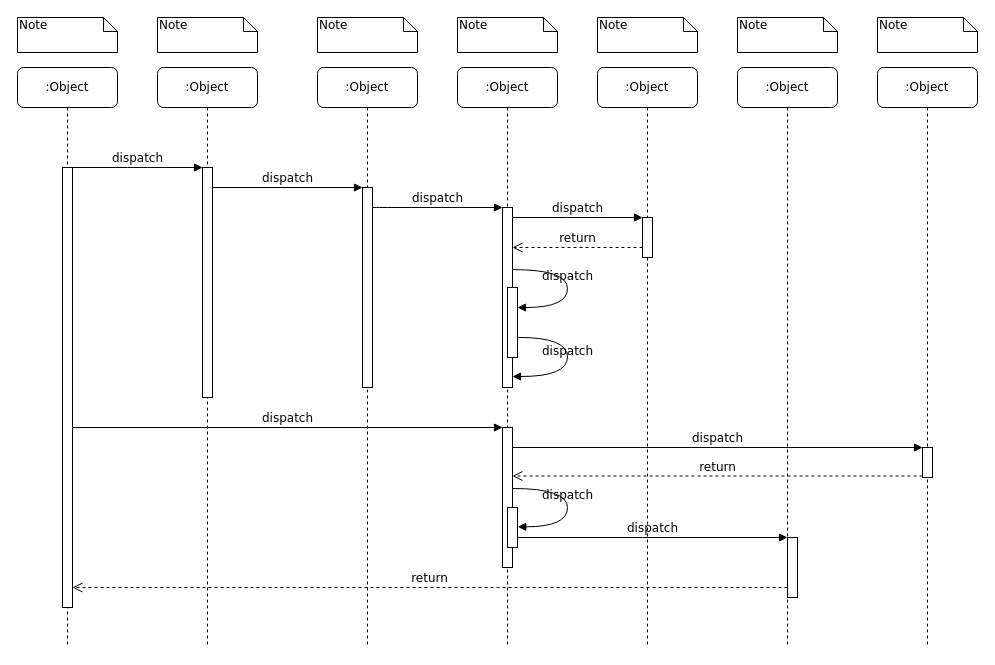
Earlier version of the draw.io diagram project-6/diagrams/sequence-diagram.drawio (jayden-chua/blockchain-p4). Source tidied: cells renumbered, new cells numbered last; positions are measured from the earlier drawing's top-left corner, leaving out a move shared by most shapes. Both pictures are drawn from the tidied source at 100%, with x=0, y=0 at pixel (17, 17).
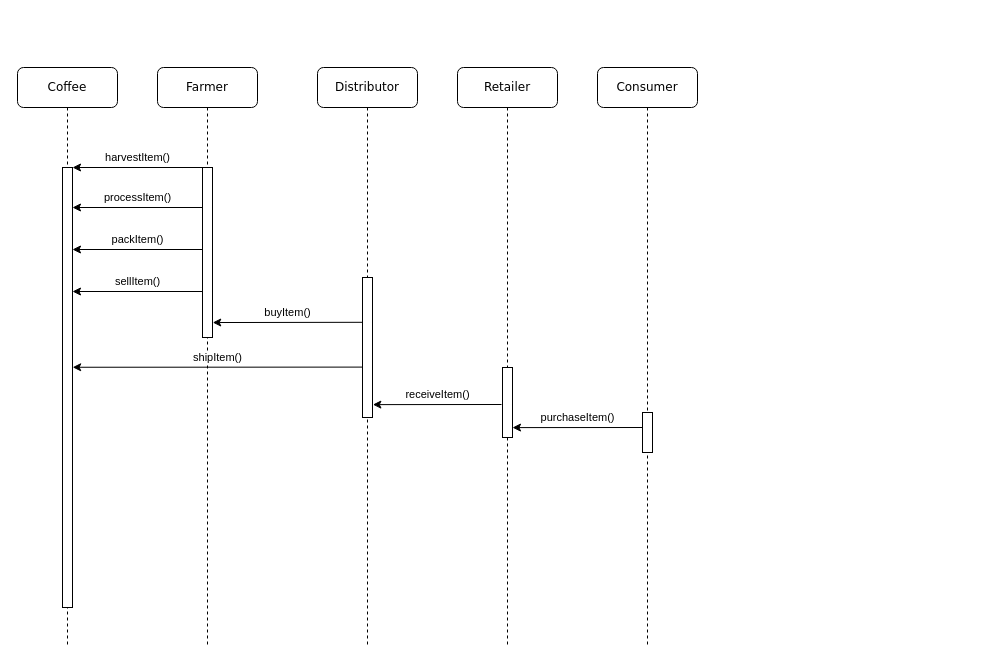
The same diagram, later.

The change refers to these unchanged cells:
```xml
<mxCell id="11" style="html=1;points=[];perimeter=orthogonalPerimeter;rounded=0;shadow=0;comic=0;labelBackgroundColor=none;strokeWidth=1;fontFamily=Verdana;fontSize=12;align=center;" parent="10" vertex="1">
  <mxGeometry x="45" y="100" width="10" height="440" as="geometry" />
</mxCell>
```

The edit, as a diff of the source:
```diff
@@
-    <mxCell id="2" value=":Object" style="shape=umlLifeline;perimeter=lifelinePerimeter;whiteSpace=wrap;html=1;rounded=1;shadow=0;comic=0;labelBackgroundColor=none;strokeWidth=1;fontFamily=Verdana;fontSize=12;align=center;" parent="1" vertex="1">
+    <mxCell id="2" value="Farmer" style="shape=umlLifeline;perimeter=lifelinePerimeter;whiteSpace=wrap;html=1;rounded=1;shadow=0;comic=0;labelBackgroundColor=none;strokeWidth=1;fontFamily=Verdana;fontSize=12;align=center;" parent="1" vertex="1">
       <mxGeometry x="140" y="50" width="100" height="580" as="geometry" />
     </mxCell>
     <mxCell id="3" style="html=1;points=[];perimeter=orthogonalPerimeter;rounded=0;shadow=0;comic=0;labelBackgroundColor=none;strokeWidth=1;fontFamily=Verdana;fontSize=12;align=center;" parent="2" vertex="1">
-      <mxGeometry x="45" y="100" width="10" height="230" as="geometry" />
+      <mxGeometry x="45" y="100" width="10" height="170" as="geometry" />
     </mxCell>
-    <mxCell id="4" value=":Object" style="shape=umlLifeline;perimeter=lifelinePerimeter;whiteSpace=wrap;html=1;rounded=1;shadow=0;comic=0;labelBackgroundColor=none;strokeWidth=1;fontFamily=Verdana;fontSize=12;align=center;" parent="1" vertex="1">
+    <mxCell id="4" value="Distributor" style="shape=umlLifeline;perimeter=lifelinePerimeter;whiteSpace=wrap;html=1;rounded=1;shadow=0;comic=0;labelBackgroundColor=none;strokeWidth=1;fontFamily=Verdana;fontSize=12;align=center;" parent="1" vertex="1">
       <mxGeometry x="300" y="50" width="100" height="580" as="geometry" />
     </mxCell>
     <mxCell id="5" style="html=1;points=[];perimeter=orthogonalPerimeter;rounded=0;shadow=0;comic=0;labelBackgroundColor=none;strokeWidth=1;fontFamily=Verdana;fontSize=12;align=center;" parent="4" vertex="1">
-      <mxGeometry x="45" y="120" width="10" height="200" as="geometry" />
+      <mxGeometry x="45" y="210" width="10" height="140" as="geometry" />
     </mxCell>
-    <mxCell id="6" value=":Object" style="shape=umlLifeline;perimeter=lifelinePerimeter;whiteSpace=wrap;html=1;rounded=1;shadow=0;comic=0;labelBackgroundColor=none;strokeWidth=1;fontFamily=Verdana;fontSize=12;align=center;" parent="1" vertex="1">
+    <mxCell id="6" value="Retailer" style="shape=umlLifeline;perimeter=lifelinePerimeter;whiteSpace=wrap;html=1;rounded=1;shadow=0;comic=0;labelBackgroundColor=none;strokeWidth=1;fontFamily=Verdana;fontSize=12;align=center;" parent="1" vertex="1">
       <mxGeometry x="440" y="50" width="100" height="580" as="geometry" />
     </mxCell>
-    <mxCell id="7" value=":Object" style="shape=umlLifeline;perimeter=lifelinePerimeter;whiteSpace=wrap;html=1;rounded=1;shadow=0;comic=0;labelBackgroundColor=none;strokeWidth=1;fontFamily=Verdana;fontSize=12;align=center;" parent="1" vertex="1">
+    <mxCell id="7" value="Consumer" style="shape=umlLifeline;perimeter=lifelinePerimeter;whiteSpace=wrap;html=1;rounded=1;shadow=0;comic=0;labelBackgroundColor=none;strokeWidth=1;fontFamily=Verdana;fontSize=12;align=center;" parent="1" vertex="1">
       <mxGeometry x="580" y="50" width="100" height="580" as="geometry" />
     </mxCell>
-    <mxCell id="8" value=":Object" style="shape=umlLifeline;perimeter=lifelinePerimeter;whiteSpace=wrap;html=1;rounded=1;shadow=0;comic=0;labelBackgroundColor=none;strokeWidth=1;fontFamily=Verdana;fontSize=12;align=center;" parent="1" vertex="1">
-      <mxGeometry x="720" y="50" width="100" height="580" as="geometry" />
-    </mxCell>
-    <mxCell id="9" value=":Object" style="shape=umlLifeline;perimeter=lifelinePerimeter;whiteSpace=wrap;html=1;rounded=1;shadow=0;comic=0;labelBackgroundColor=none;strokeWidth=1;fontFamily=Verdana;fontSize=12;align=center;" parent="1" vertex="1">
-      <mxGeometry x="860" y="50" width="100" height="580" as="geometry" />
-    </mxCell>
+    <mxCell id="14" style="html=1;points=[];perimeter=orthogonalPerimeter;rounded=0;shadow=0;comic=0;labelBackgroundColor=none;strokeWidth=1;fontFamily=Verdana;fontSize=12;align=center;" parent="7" vertex="1">
+      <mxGeometry x="45" y="345" width="10" height="40" as="geometry" />
+    </mxCell>
-    <mxCell id="10" value=":Object" style="shape=umlLifeline;perimeter=lifelinePerimeter;whiteSpace=wrap;html=1;rounded=1;shadow=0;comic=0;labelBackgroundColor=none;strokeWidth=1;fontFamily=Verdana;fontSize=12;align=center;" parent="1" vertex="1">
+    <mxCell id="10" value="Coffee" style="shape=umlLifeline;perimeter=lifelinePerimeter;whiteSpace=wrap;html=1;rounded=1;shadow=0;comic=0;labelBackgroundColor=none;strokeWidth=1;fontFamily=Verdana;fontSize=12;align=center;" parent="1" vertex="1">
       <mxGeometry y="50" width="100" height="580" as="geometry" />
     </mxCell>
@@
     <mxCell id="12" style="html=1;points=[];perimeter=orthogonalPerimeter;rounded=0;shadow=0;comic=0;labelBackgroundColor=none;strokeWidth=1;fontFamily=Verdana;fontSize=12;align=center;" parent="1" vertex="1">
-      <mxGeometry x="485" y="190" width="10" height="180" as="geometry" />
+      <mxGeometry x="485" y="350" width="10" height="70" as="geometry" />
     </mxCell>
-    <mxCell id="13" value="dispatch" style="html=1;verticalAlign=bottom;endArrow=block;labelBackgroundColor=none;fontFamily=Verdana;fontSize=12;edgeStyle=elbowEdgeStyle;elbow=vertical;" parent="1" edge="1" source="5" target="12">
-      <mxGeometry relative="1" as="geometry">
-        <Array as="points">
-          <mxPoint x="360" y="190" />
-        </Array>
-      </mxGeometry>
-    </mxCell>
-    <mxCell id="14" style="html=1;points=[];perimeter=orthogonalPerimeter;rounded=0;shadow=0;comic=0;labelBackgroundColor=none;strokeWidth=1;fontFamily=Verdana;fontSize=12;align=center;" parent="1" vertex="1">
-      <mxGeometry x="625" y="200" width="10" height="40" as="geometry" />
-    </mxCell>
-    <mxCell id="15" value="dispatch" style="html=1;verticalAlign=bottom;endArrow=block;entryX=0;entryY=0;labelBackgroundColor=none;fontFamily=Verdana;fontSize=12;edgeStyle=elbowEdgeStyle;elbow=vertical;" parent="1" edge="1" source="12" target="14">
-      <mxGeometry relative="1" as="geometry" />
-    </mxCell>
-    <mxCell id="16" value="return" style="html=1;verticalAlign=bottom;endArrow=open;dashed=1;endSize=8;labelBackgroundColor=none;fontFamily=Verdana;fontSize=12;edgeStyle=elbowEdgeStyle;elbow=vertical;" parent="1" edge="1" source="14" target="12">
-      <mxGeometry relative="1" as="geometry">
-        <Array as="points">
-          <mxPoint x="570" y="230" />
-          <mxPoint x="600" y="230" />
-        </Array>
-      </mxGeometry>
-    </mxCell>
-    <mxCell id="17" style="html=1;points=[];perimeter=orthogonalPerimeter;rounded=0;shadow=0;comic=0;labelBackgroundColor=none;strokeWidth=1;fontFamily=Verdana;fontSize=12;align=center;" parent="1" vertex="1">
-      <mxGeometry x="485" y="410" width="10" height="140" as="geometry" />
-    </mxCell>
-    <mxCell id="18" value="dispatch" style="html=1;verticalAlign=bottom;endArrow=block;entryX=0;entryY=0;labelBackgroundColor=none;fontFamily=Verdana;fontSize=12;" parent="1" edge="1" source="11" target="17">
-      <mxGeometry relative="1" as="geometry" />
-    </mxCell>
-    <mxCell id="19" style="html=1;points=[];perimeter=orthogonalPerimeter;rounded=0;shadow=0;comic=0;labelBackgroundColor=none;strokeColor=#000000;strokeWidth=1;fillColor=#FFFFFF;fontFamily=Verdana;fontSize=12;fontColor=#000000;align=center;" parent="1" vertex="1">
-      <mxGeometry x="905" y="430" width="10" height="30" as="geometry" />
-    </mxCell>
-    <mxCell id="20" value="dispatch" style="html=1;verticalAlign=bottom;endArrow=block;entryX=0;entryY=0;labelBackgroundColor=none;fontFamily=Verdana;fontSize=12;" parent="1" edge="1" source="17" target="19">
-      <mxGeometry relative="1" as="geometry" />
-    </mxCell>
-    <mxCell id="21" value="return" style="html=1;verticalAlign=bottom;endArrow=open;dashed=1;endSize=8;exitX=0;exitY=0.95;labelBackgroundColor=none;fontFamily=Verdana;fontSize=12;" parent="1" edge="1" source="19" target="17">
-      <mxGeometry relative="1" as="geometry" />
-    </mxCell>
-    <mxCell id="22" style="html=1;points=[];perimeter=orthogonalPerimeter;rounded=0;shadow=0;comic=0;labelBackgroundColor=none;strokeWidth=1;fontFamily=Verdana;fontSize=12;align=center;" parent="1" vertex="1">
-      <mxGeometry x="770" y="520" width="10" height="60" as="geometry" />
-    </mxCell>
-    <mxCell id="23" value="dispatch" style="html=1;verticalAlign=bottom;endArrow=block;entryX=0;entryY=0;labelBackgroundColor=none;fontFamily=Verdana;fontSize=12;edgeStyle=elbowEdgeStyle;elbow=vertical;" parent="1" edge="1" source="30" target="22">
-      <mxGeometry relative="1" as="geometry" />
-    </mxCell>
-    <mxCell id="24" value="return" style="html=1;verticalAlign=bottom;endArrow=open;dashed=1;endSize=8;labelBackgroundColor=none;fontFamily=Verdana;fontSize=12;edgeStyle=elbowEdgeStyle;elbow=vertical;" parent="1" edge="1" source="22" target="11">
-      <mxGeometry relative="1" as="geometry">
-        <Array as="points">
-          <mxPoint x="470" y="570" />
-        </Array>
-      </mxGeometry>
-    </mxCell>
-    <mxCell id="25" value="dispatch" style="html=1;verticalAlign=bottom;endArrow=block;entryX=0;entryY=0;labelBackgroundColor=none;fontFamily=Verdana;fontSize=12;edgeStyle=elbowEdgeStyle;elbow=vertical;" parent="1" edge="1" source="11" target="3">
-      <mxGeometry relative="1" as="geometry" />
-    </mxCell>
-    <mxCell id="26" value="dispatch" style="html=1;verticalAlign=bottom;endArrow=block;entryX=0;entryY=0;labelBackgroundColor=none;fontFamily=Verdana;fontSize=12;edgeStyle=elbowEdgeStyle;elbow=vertical;" parent="1" edge="1" source="3" target="5">
-      <mxGeometry relative="1" as="geometry" />
-    </mxCell>
-    <mxCell id="27" style="html=1;points=[];perimeter=orthogonalPerimeter;rounded=0;shadow=0;comic=0;labelBackgroundColor=none;strokeWidth=1;fontFamily=Verdana;fontSize=12;align=center;" parent="1" vertex="1">
-      <mxGeometry x="490" y="270" width="10" height="70" as="geometry" />
-    </mxCell>
-    <mxCell id="28" value="dispatch" style="html=1;verticalAlign=bottom;endArrow=block;labelBackgroundColor=none;fontFamily=Verdana;fontSize=12;elbow=vertical;edgeStyle=orthogonalEdgeStyle;curved=1;entryX=1;entryY=0.286;entryPerimeter=0;exitX=1.038;exitY=0.345;exitPerimeter=0;" parent="1" edge="1" source="12" target="27">
-      <mxGeometry relative="1" as="geometry">
-        <Array as="points">
-          <mxPoint x="550" y="252" />
-          <mxPoint x="550" y="290" />
-        </Array>
-      </mxGeometry>
-    </mxCell>
-    <mxCell id="29" value="dispatch" style="html=1;verticalAlign=bottom;endArrow=block;labelBackgroundColor=none;fontFamily=Verdana;fontSize=12;elbow=vertical;edgeStyle=orthogonalEdgeStyle;curved=1;exitX=1.066;exitY=0.713;exitPerimeter=0;" parent="1" edge="1" source="27">
-      <mxGeometry relative="1" as="geometry">
-        <mxPoint x="495" y="359" as="targetPoint" />
-        <Array as="points">
-          <mxPoint x="550" y="320" />
-          <mxPoint x="550" y="359" />
-        </Array>
-      </mxGeometry>
-    </mxCell>
-    <mxCell id="30" style="html=1;points=[];perimeter=orthogonalPerimeter;rounded=0;shadow=0;comic=0;labelBackgroundColor=none;strokeWidth=1;fontFamily=Verdana;fontSize=12;align=center;" parent="1" vertex="1">
-      <mxGeometry x="490" y="490" width="10" height="40" as="geometry" />
-    </mxCell>
-    <mxCell id="31" value="dispatch" style="html=1;verticalAlign=bottom;endArrow=block;labelBackgroundColor=none;fontFamily=Verdana;fontSize=12;elbow=vertical;edgeStyle=orthogonalEdgeStyle;curved=1;entryX=1;entryY=0.286;entryPerimeter=0;exitX=1.038;exitY=0.345;exitPerimeter=0;" parent="1" edge="1">
-      <mxGeometry relative="1" as="geometry">
-        <mxPoint x="495.3" y="471" as="sourcePoint" />
-        <mxPoint x="500.3" y="509.3" as="targetPoint" />
-        <Array as="points">
-          <mxPoint x="550" y="471" />
-          <mxPoint x="550" y="509" />
-        </Array>
-      </mxGeometry>
-    </mxCell>
-    <mxCell id="32" value="Note" style="shape=note;whiteSpace=wrap;html=1;size=14;verticalAlign=top;align=left;spacingTop=-6;rounded=0;shadow=0;comic=0;labelBackgroundColor=none;strokeWidth=1;fontFamily=Verdana;fontSize=12;" parent="1" vertex="1">
-      <mxGeometry width="100" height="35" as="geometry" />
-    </mxCell>
-    <mxCell id="33" value="Note" style="shape=note;whiteSpace=wrap;html=1;size=14;verticalAlign=top;align=left;spacingTop=-6;rounded=0;shadow=0;comic=0;labelBackgroundColor=none;strokeWidth=1;fontFamily=Verdana;fontSize=12;" parent="1" vertex="1">
-      <mxGeometry x="140" width="100" height="35" as="geometry" />
-    </mxCell>
-    <mxCell id="34" value="Note" style="shape=note;whiteSpace=wrap;html=1;size=14;verticalAlign=top;align=left;spacingTop=-6;rounded=0;shadow=0;comic=0;labelBackgroundColor=none;strokeWidth=1;fontFamily=Verdana;fontSize=12;" parent="1" vertex="1">
-      <mxGeometry x="300" width="100" height="35" as="geometry" />
-    </mxCell>
-    <mxCell id="35" value="Note" style="shape=note;whiteSpace=wrap;html=1;size=14;verticalAlign=top;align=left;spacingTop=-6;rounded=0;shadow=0;comic=0;labelBackgroundColor=none;strokeWidth=1;fontFamily=Verdana;fontSize=12;" parent="1" vertex="1">
-      <mxGeometry x="440" width="100" height="35" as="geometry" />
-    </mxCell>
-    <mxCell id="36" value="Note" style="shape=note;whiteSpace=wrap;html=1;size=14;verticalAlign=top;align=left;spacingTop=-6;rounded=0;shadow=0;comic=0;labelBackgroundColor=none;strokeWidth=1;fontFamily=Verdana;fontSize=12;" parent="1" vertex="1">
-      <mxGeometry x="580" width="100" height="35" as="geometry" />
-    </mxCell>
-    <mxCell id="37" value="Note" style="shape=note;whiteSpace=wrap;html=1;size=14;verticalAlign=top;align=left;spacingTop=-6;rounded=0;shadow=0;comic=0;labelBackgroundColor=none;strokeWidth=1;fontFamily=Verdana;fontSize=12;" parent="1" vertex="1">
-      <mxGeometry x="720" width="100" height="35" as="geometry" />
-    </mxCell>
-    <mxCell id="38" value="Note" style="shape=note;whiteSpace=wrap;html=1;size=14;verticalAlign=top;align=left;spacingTop=-6;rounded=0;shadow=0;comic=0;labelBackgroundColor=none;strokeWidth=1;fontFamily=Verdana;fontSize=12;" parent="1" vertex="1">
-      <mxGeometry x="860" width="100" height="35" as="geometry" />
-    </mxCell>
+    <mxCell id="39" value="harvestItem()" style="endArrow=classic;html=1;entryX=1.004;entryY=0;entryDx=0;entryDy=0;entryPerimeter=0;exitX=0.014;exitY=0;exitDx=0;exitDy=0;exitPerimeter=0;" parent="1" edge="1" source="3" target="11">
+      <mxGeometry y="-10" relative="1" as="geometry" />
+    </mxCell>
+    <mxCell id="40" value="processItem()" style="endArrow=classic;html=1;entryX=1.004;entryY=0;entryDx=0;entryDy=0;entryPerimeter=0;exitX=0.014;exitY=0;exitDx=0;exitDy=0;exitPerimeter=0;" parent="1" edge="1">
+      <mxGeometry y="-10" relative="1" as="geometry">
+        <mxPoint x="185.1" y="190" as="sourcePoint" />
+        <mxPoint x="55" y="190" as="targetPoint" />
+      </mxGeometry>
+    </mxCell>
+    <mxCell id="41" value="packItem()" style="endArrow=classic;html=1;entryX=1.004;entryY=0;entryDx=0;entryDy=0;entryPerimeter=0;exitX=0.014;exitY=0;exitDx=0;exitDy=0;exitPerimeter=0;" parent="1" edge="1">
+      <mxGeometry y="-10" relative="1" as="geometry">
+        <mxPoint x="185.1" y="232" as="sourcePoint" />
+        <mxPoint x="55" y="232" as="targetPoint" />
+      </mxGeometry>
+    </mxCell>
+    <mxCell id="42" value="sellItem()" style="endArrow=classic;html=1;entryX=1.004;entryY=0;entryDx=0;entryDy=0;entryPerimeter=0;exitX=0.014;exitY=0;exitDx=0;exitDy=0;exitPerimeter=0;" parent="1" edge="1">
+      <mxGeometry y="-10" relative="1" as="geometry">
+        <mxPoint x="185.1" y="274" as="sourcePoint" />
+        <mxPoint x="55" y="274" as="targetPoint" />
+      </mxGeometry>
+    </mxCell>
+    <mxCell id="43" value="buyItem()" style="endArrow=classic;html=1;entryX=1.024;entryY=0.912;entryDx=0;entryDy=0;entryPerimeter=0;exitX=-0.02;exitY=0.32;exitDx=0;exitDy=0;exitPerimeter=0;" parent="1" edge="1" source="5" target="3">
+      <mxGeometry y="-10" relative="1" as="geometry" />
+    </mxCell>
+    <mxCell id="44" value="shipItem()" style="endArrow=classic;html=1;entryX=1.017;entryY=0.454;entryDx=0;entryDy=0;entryPerimeter=0;exitX=0.002;exitY=0.64;exitDx=0;exitDy=0;exitPerimeter=0;" parent="1" edge="1" source="5" target="11">
+      <mxGeometry y="-10" relative="1" as="geometry" />
+    </mxCell>
+    <mxCell id="45" value="receiveItem()" style="endArrow=classic;html=1;entryX=1.037;entryY=0.908;entryDx=0;entryDy=0;entryPerimeter=0;" parent="1" edge="1" target="5">
+      <mxGeometry y="-10" relative="1" as="geometry">
+        <mxPoint x="484" y="387" as="sourcePoint" />
+      </mxGeometry>
+    </mxCell>
+    <mxCell id="46" value="purchaseItem()" style="endArrow=classic;html=1;entryX=1.037;entryY=0.908;entryDx=0;entryDy=0;entryPerimeter=0;exitX=-0.015;exitY=0.375;exitDx=0;exitDy=0;exitPerimeter=0;" parent="1" edge="1" source="14">
+      <mxGeometry y="-10" relative="1" as="geometry">
+        <mxPoint x="495" y="410.1" as="targetPoint" />
+      </mxGeometry>
+    </mxCell>
```
